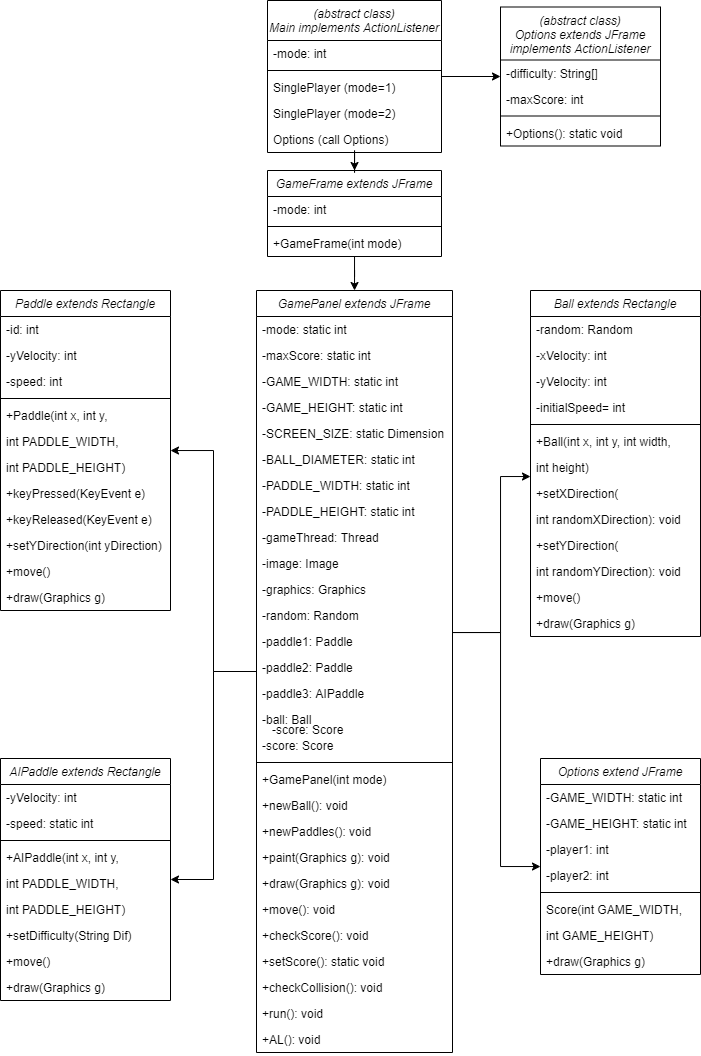
This is images/UML.png from nadhifalR/Final-Project-OOP, a draw.io export, as it was before one commit. Source tidied: cells renumbered, new cells last; positions are measured from the earlier drawing's top-left corner, leaving out a move shared by most shapes.
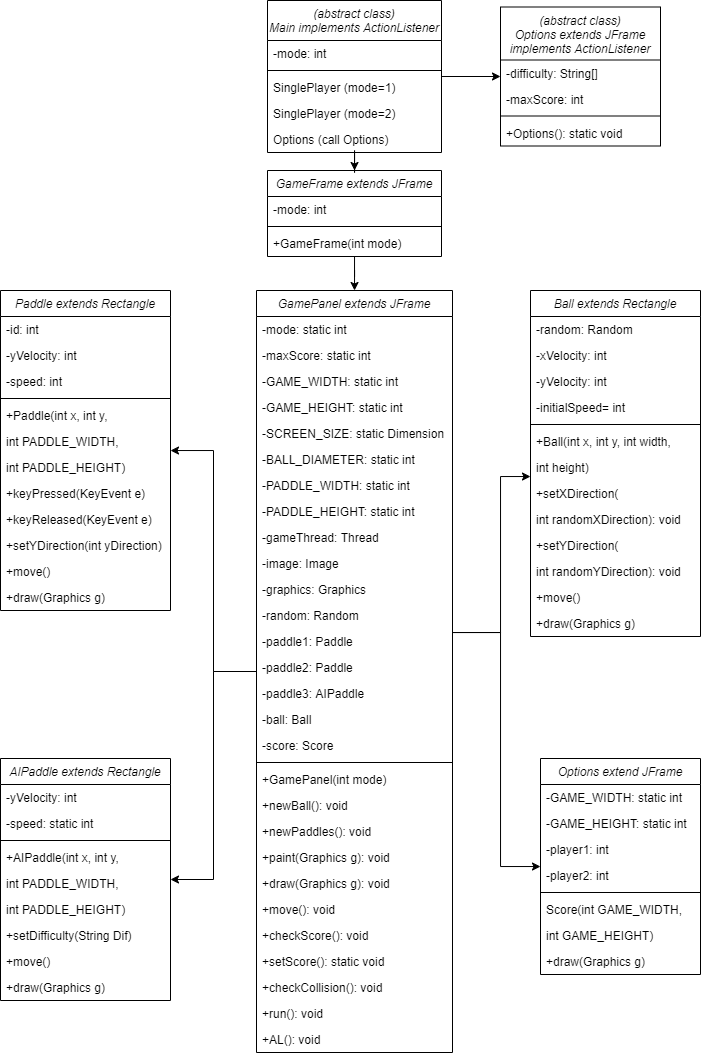
The same file after the commit.

What changed in the source:
```diff
@@ -306,8 +306,5 @@
     <mxCell id="99" value="+draw(Graphics g)" style="text;align=left;verticalAlign=top;spacingLeft=4;spacingRight=4;overflow=hidden;" parent="90" vertex="1">
       <mxGeometry y="216" width="170" height="26" as="geometry" />
     </mxCell>
-    <mxCell id="100" value="-score: Score" style="text;align=left;verticalAlign=top;spacingLeft=4;spacingRight=4;overflow=hidden;rounded=0;shadow=0;html=0;" parent="1" vertex="1">
-      <mxGeometry x="266" y="716" width="196" height="26" as="geometry" />
-    </mxCell>
   </root>
 </mxGraphModel>
```
